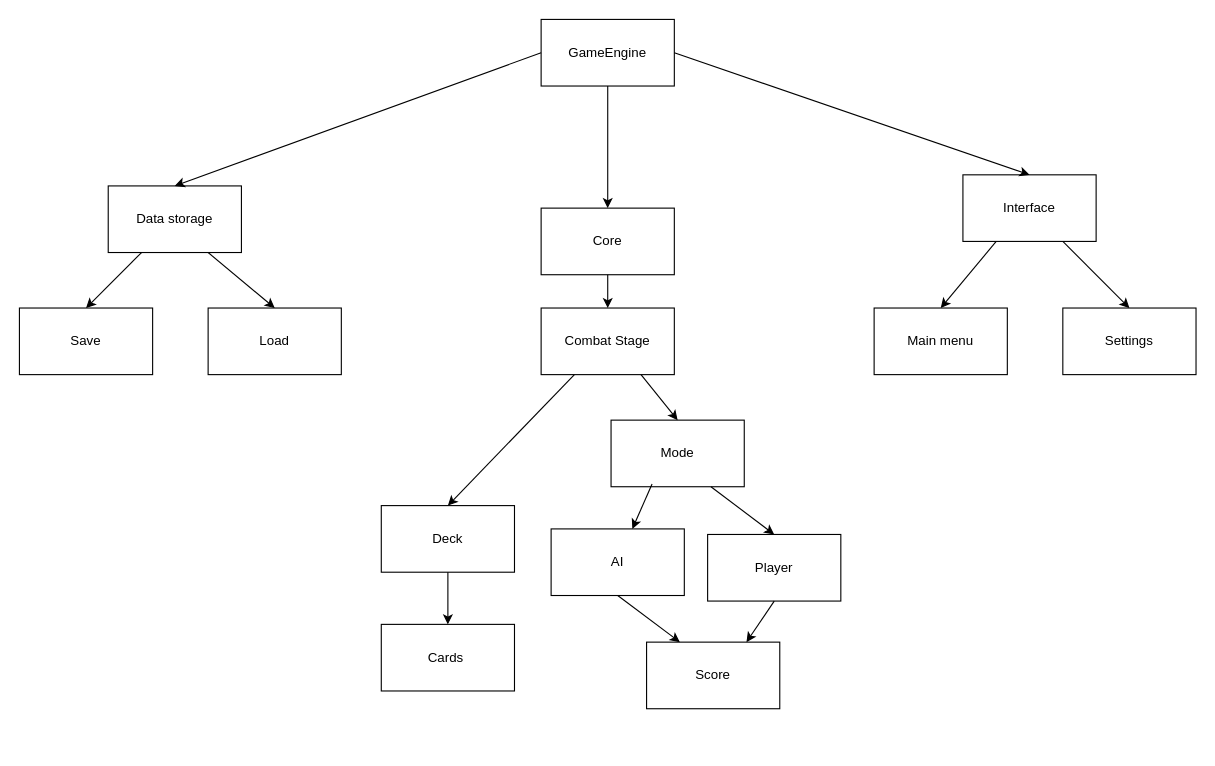
Above: architecture/component diagram with description.drawio in danil-korovin/LabWork2 (draw.io), before the change. Source tidied: cells renumbered, new cells numbered last; positions are measured from the earlier drawing's top-left corner, leaving out a move shared by most shapes. Both pictures are drawn from the tidied source at 111%, with x=0, y=0 at pixel (19, 19).
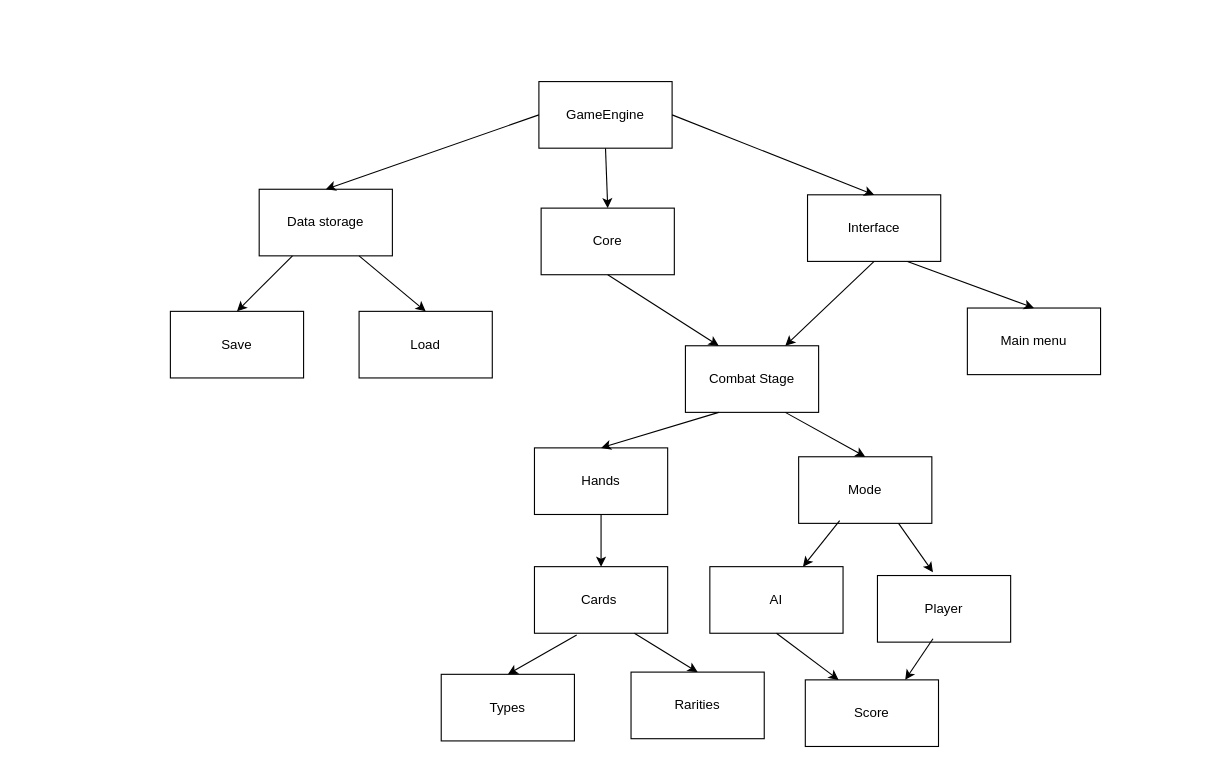
Above is the later version.

The change refers to these unchanged cells:
```xml
<mxCell id="12" value="Core" style="rounded=0;whiteSpace=wrap;html=1;" parent="1" vertex="1">
  <mxGeometry x="470" y="170" width="120" height="60" as="geometry" />
</mxCell>
```

Diff of the diagram source:
```diff
@@
     <mxCell id="2" value="Combat Stage" style="rounded=0;whiteSpace=wrap;html=1;" parent="1" vertex="1">
-      <mxGeometry x="470" y="260" width="120" height="60" as="geometry" />
+      <mxGeometry x="600" y="294" width="120" height="60" as="geometry" />
     </mxCell>
     <mxCell id="3" value="AI" style="rounded=0;whiteSpace=wrap;html=1;" parent="1" vertex="1">
-      <mxGeometry x="479" y="459" width="120" height="60" as="geometry" />
+      <mxGeometry x="622" y="493" width="120" height="60" as="geometry" />
     </mxCell>
     <mxCell id="4" value="Player" style="rounded=0;whiteSpace=wrap;html=1;" parent="1" vertex="1">
-      <mxGeometry x="620" y="464" width="120" height="60" as="geometry" />
+      <mxGeometry x="773" y="501" width="120" height="60" as="geometry" />
     </mxCell>
     <mxCell id="5" value="Cards&amp;nbsp;" style="rounded=0;whiteSpace=wrap;html=1;" parent="1" vertex="1">
-      <mxGeometry x="326" y="545" width="120" height="60" as="geometry" />
+      <mxGeometry x="464" y="493" width="120" height="60" as="geometry" />
     </mxCell>
     <mxCell id="6" value="GameEngine" style="rounded=0;whiteSpace=wrap;html=1;" parent="1" vertex="1">
-      <mxGeometry x="470" width="120" height="60" as="geometry" />
+      <mxGeometry x="468" y="56" width="120" height="60" as="geometry" />
     </mxCell>
     <mxCell id="7" value="Interface" style="rounded=0;whiteSpace=wrap;html=1;" parent="1" vertex="1">
-      <mxGeometry x="850" y="140" width="120" height="60" as="geometry" />
+      <mxGeometry x="710" y="158" width="120" height="60" as="geometry" />
     </mxCell>
     <mxCell id="8" value="Data storage" style="rounded=0;whiteSpace=wrap;html=1;" parent="1" vertex="1">
-      <mxGeometry x="80" y="150" width="120" height="60" as="geometry" />
+      <mxGeometry x="216" y="153" width="120" height="60" as="geometry" />
     </mxCell>
     <mxCell id="9" value="Save" style="rounded=0;whiteSpace=wrap;html=1;" parent="1" vertex="1">
-      <mxGeometry y="260" width="120" height="60" as="geometry" />
+      <mxGeometry x="136" y="263" width="120" height="60" as="geometry" />
     </mxCell>
     <mxCell id="10" value="Load" style="rounded=0;whiteSpace=wrap;html=1;" parent="1" vertex="1">
-      <mxGeometry x="170" y="260" width="120" height="60" as="geometry" />
+      <mxGeometry x="306" y="263" width="120" height="60" as="geometry" />
     </mxCell>
-    <mxCell id="11" value="Settings" style="rounded=0;whiteSpace=wrap;html=1;" parent="1" vertex="1">
-      <mxGeometry x="940" y="260" width="120" height="60" as="geometry" />
-    </mxCell>
@@
     <mxCell id="13" value="Main menu" style="rounded=0;whiteSpace=wrap;html=1;" parent="1" vertex="1">
-      <mxGeometry x="770" y="260" width="120" height="60" as="geometry" />
+      <mxGeometry x="854" y="260" width="120" height="60" as="geometry" />
     </mxCell>
@@
-    <mxCell id="17" style="endArrow=classic;html=1;rounded=0;exitX=0.5;exitY=1;exitDx=0;exitDy=0;entryX=0.5;entryY=0;entryDx=0;entryDy=0;" parent="1" edge="1" source="12" target="2">
+    <mxCell id="17" style="endArrow=classic;html=1;rounded=0;exitX=0.5;exitY=1;exitDx=0;exitDy=0;entryX=0.25;entryY=0;entryDx=0;entryDy=0;" parent="1" edge="1" source="12" target="2">
       <mxGeometry relative="1" as="geometry" />
     </mxCell>
@@
-    <mxCell id="20" style="endArrow=classic;html=1;rounded=0;exitX=0.25;exitY=1;exitDx=0;exitDy=0;entryX=0.5;entryY=0;entryDx=0;entryDy=0;" parent="1" edge="1" source="7" target="13">
+    <mxCell id="20" style="endArrow=classic;html=1;rounded=0;exitX=0.75;exitY=1;exitDx=0;exitDy=0;entryX=0.5;entryY=0;entryDx=0;entryDy=0;" parent="1" edge="1" source="7" target="13">
       <mxGeometry relative="1" as="geometry" />
     </mxCell>
-    <mxCell id="21" style="endArrow=classic;html=1;rounded=0;exitX=0.75;exitY=1;exitDx=0;exitDy=0;entryX=0.5;entryY=0;entryDx=0;entryDy=0;" parent="1" edge="1" source="7" target="11">
-      <mxGeometry relative="1" as="geometry" />
-    </mxCell>
     <mxCell id="22" value="Score" style="rounded=0;whiteSpace=wrap;html=1;" parent="1" vertex="1">
-      <mxGeometry x="565" y="561" width="120" height="60" as="geometry" />
+      <mxGeometry x="708" y="595" width="120" height="60" as="geometry" />
     </mxCell>
-    <mxCell id="23" style="endArrow=classic;html=1;rounded=0;exitX=0.5;exitY=1;exitDx=0;exitDy=0;entryX=0.75;entryY=0;entryDx=0;entryDy=0;" parent="1" edge="1" source="4" target="22">
-      <mxGeometry relative="1" as="geometry" />
+    <mxCell id="23" style="endArrow=classic;html=1;rounded=0;exitX=0.5;exitY=1;exitDx=0;exitDy=0;entryX=0.75;entryY=0;entryDx=0;entryDy=0;" parent="1" edge="1" target="22">
+      <mxGeometry relative="1" as="geometry">
+        <mxPoint x="823" y="558" as="sourcePoint" />
+      </mxGeometry>
     </mxCell>
-    <mxCell id="24" value="Deck" style="rounded=0;whiteSpace=wrap;html=1;" parent="1" vertex="1">
-      <mxGeometry x="326" y="438" width="120" height="60" as="geometry" />
+    <mxCell id="24" value="Hands" style="rounded=0;whiteSpace=wrap;html=1;" parent="1" vertex="1">
+      <mxGeometry x="464" y="386" width="120" height="60" as="geometry" />
     </mxCell>
@@
     <mxCell id="28" value="Mode" style="rounded=0;whiteSpace=wrap;html=1;" parent="1" vertex="1">
-      <mxGeometry x="533" y="361" width="120" height="60" as="geometry" />
+      <mxGeometry x="702" y="394" width="120" height="60" as="geometry" />
     </mxCell>
@@
-    <mxCell id="31" style="endArrow=classic;html=1;rounded=0;exitX=0.75;exitY=1;exitDx=0;exitDy=0;entryX=0.5;entryY=0;entryDx=0;entryDy=0;" parent="1" edge="1" source="28" target="4">
-      <mxGeometry relative="1" as="geometry" />
+    <mxCell id="31" style="endArrow=classic;html=1;rounded=0;exitX=0.75;exitY=1;exitDx=0;exitDy=0;entryX=0.5;entryY=0;entryDx=0;entryDy=0;" parent="1" edge="1" source="28">
+      <mxGeometry relative="1" as="geometry">
+        <mxPoint x="823" y="498" as="targetPoint" />
+      </mxGeometry>
     </mxCell>
+    <mxCell id="32" value="Types" style="rounded=0;whiteSpace=wrap;html=1;" parent="1" vertex="1">
+      <mxGeometry x="380" y="590" width="120" height="60" as="geometry" />
+    </mxCell>
+    <mxCell id="33" value="Rarities" style="rounded=0;whiteSpace=wrap;html=1;" parent="1" vertex="1">
+      <mxGeometry x="551" y="588" width="120" height="60" as="geometry" />
+    </mxCell>
+    <mxCell id="34" style="endArrow=classic;html=1;rounded=0;exitX=0.317;exitY=1.025;exitDx=0;exitDy=0;exitPerimeter=0;entryX=0.5;entryY=0;entryDx=0;entryDy=0;" parent="1" edge="1" source="5" target="32">
+      <mxGeometry relative="1" as="geometry" />
+    </mxCell>
+    <mxCell id="35" style="endArrow=classic;html=1;rounded=0;exitX=0.75;exitY=1;exitDx=0;exitDy=0;entryX=0.5;entryY=0;entryDx=0;entryDy=0;" parent="1" edge="1" source="5" target="33">
+      <mxGeometry relative="1" as="geometry" />
+    </mxCell>
+    <mxCell id="36" style="endArrow=classic;html=1;rounded=0;exitX=0.5;exitY=1;exitDx=0;exitDy=0;entryX=0.75;entryY=0;entryDx=0;entryDy=0;" parent="1" edge="1" source="7" target="2">
+      <mxGeometry relative="1" as="geometry" />
+    </mxCell>
```
